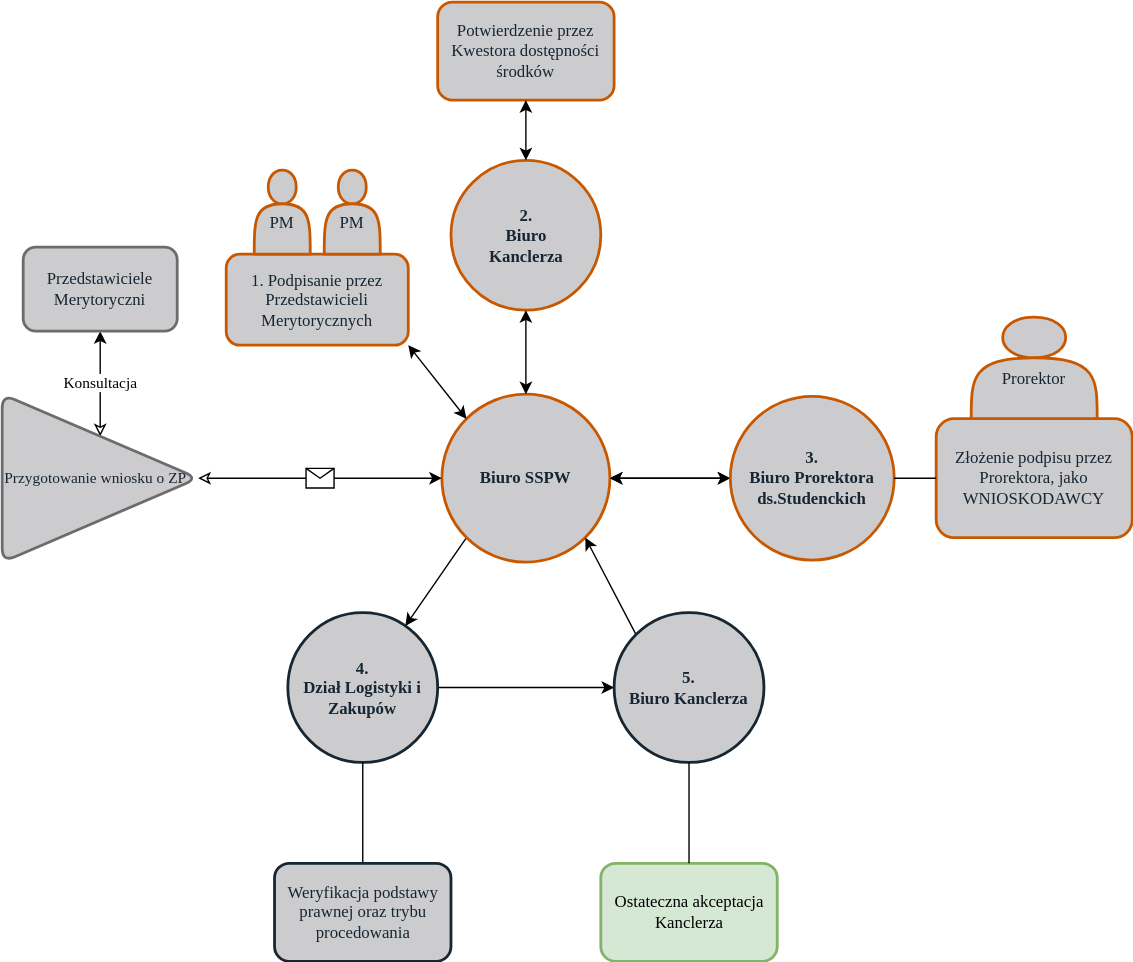
WelfareUnit/rysunki keeps this draw.io diagram as Rysunek ZP.svg. Above is the earlier version. Source tidied: cells renumbered, new cells last; positions are measured from the earlier drawing's top-left corner, leaving out a move shared by most shapes.
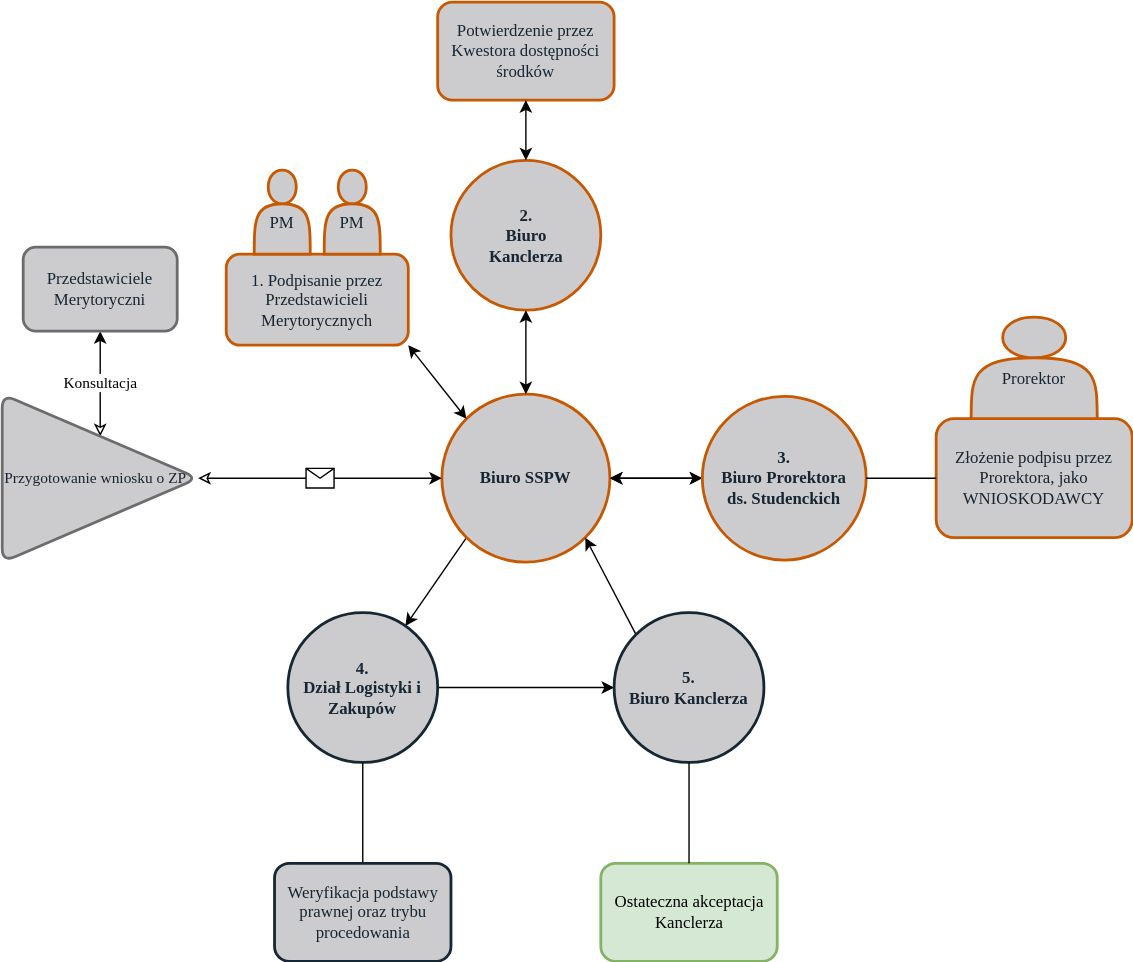
The same file after the commit.

What changed in the source:
```diff
@@ -49,8 +49,8 @@
     <mxCell id="16" style="endArrow=classic;startArrow=classic;html=1;fontFamily=Source Sans 3;fontSize=12;fontColor=#162632;exitX=0.5;exitY=0;exitDx=0;exitDy=0;entryX=0.5;entryY=1;entryDx=0;entryDy=0;fontSource=https%3A%2F%2Ffonts.googleapis.com%2Fcss%3Ffamily%3DSource%2BSans%2B3;" parent="1" edge="1" source="13" target="15">
       <mxGeometry relative="1" as="geometry" />
     </mxCell>
-    <mxCell id="17" value="&lt;div&gt;3.&lt;/div&gt;&lt;div&gt;Biuro Prorektora ds.Studenckich&lt;/div&gt;" style="ellipse;whiteSpace=wrap;html=1;rounded=1;fontFamily=Source Sans 3;fontSize=12;fontColor=#162632;strokeColor=#C85800;strokeWidth=2;fillColor=#CCCCCF;align=center;fontStyle=1;fontSource=https%3A%2F%2Ffonts.googleapis.com%2Fcss%3Ffamily%3DSource%2BSans%2B3;" parent="1" vertex="1">
-      <mxGeometry x="520" y="281.5" width="117" height="117" as="geometry" />
+    <mxCell id="17" value="&lt;div&gt;3.&lt;/div&gt;&lt;div&gt;Biuro Prorektora &lt;br&gt;ds. Studenckich&lt;/div&gt;" style="ellipse;whiteSpace=wrap;html=1;rounded=1;fontFamily=Source Sans 3;fontSize=12;fontColor=#162632;strokeColor=#C85800;strokeWidth=2;fillColor=#CCCCCF;align=center;fontStyle=1;fontSource=https%3A%2F%2Ffonts.googleapis.com%2Fcss%3Ffamily%3DSource%2BSans%2B3;" parent="1" vertex="1">
+      <mxGeometry x="500" y="281.5" width="117" height="117" as="geometry" />
     </mxCell>
     <mxCell id="18" value="Złożenie podpisu przez Prorektora, jako WNIOSKODAWCY" style="rounded=1;whiteSpace=wrap;html=1;fontFamily=Source Sans 3;fontSize=12;fontColor=#162632;strokeColor=#C85800;strokeWidth=2;fillColor=#CCCCCF;align=center;fontSource=https%3A%2F%2Ffonts.googleapis.com%2Fcss%3Ffamily%3DSource%2BSans%2B3;" parent="1" vertex="1">
       <mxGeometry x="667" y="297.5" width="140" height="85" as="geometry" />
```
